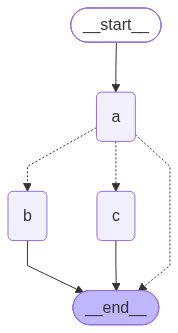
theresa-de-ocampo/ai-learning-lab keeps this Mermaid diagram as courses/langgraph/docs/images/06-interrupt.png. Above is the earlier version. Its source is kept beside it as courses/langgraph/docs/mermaid-code/06-interrupt.mmd.
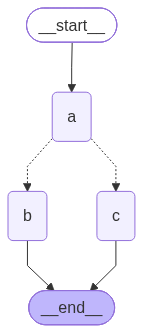
The same diagram one commit later.

Change to the diagram source:
```diff
@@ -10,7 +10,6 @@
 	c --> __end__;
 	a -.-> b;
 	a -.-> c;
-	a -.-> __end__;
 	classDef default fill:#f2f0ff,line-height:1.2;
 	classDef first fill-opacity:0;
 	classDef last fill:#bfb6fc;
```
